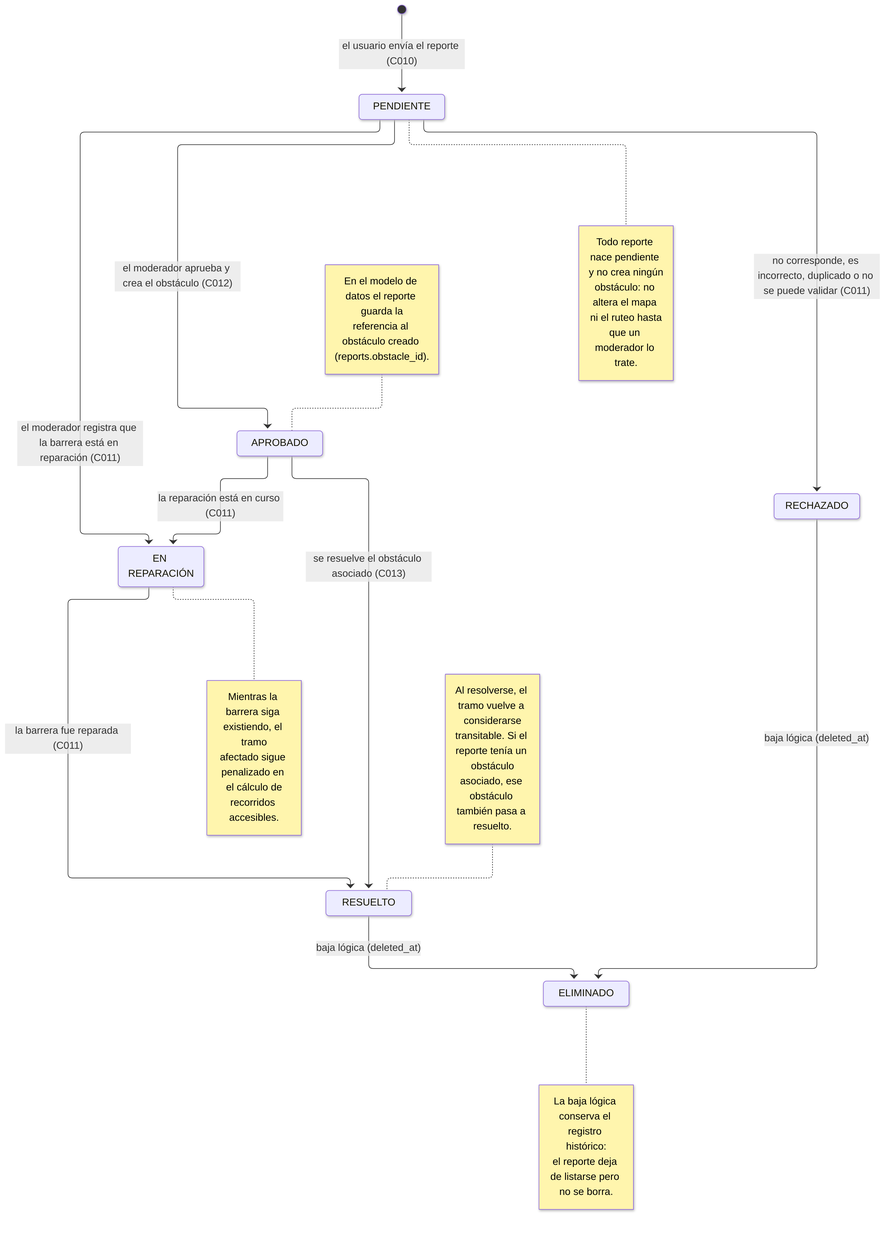
BLP-Technologies/rodando-x-mza keeps this Mermaid diagram as docs/diagrams/imgs/05-est-reporte.png. Above is the earlier version. Its source is kept beside it as docs/diagrams/05-est-reporte.mmd. Its diagram source:
```mermaid
stateDiagram-v2
    accTitle: Ciclo de vida del reporte de obstáculo
    accDescr: Estados del reporte que genera un usuario registrado, desde que lo envía hasta que se resuelve o se rechaza, y su vínculo con el obstáculo que crea el moderador.

    state "PENDIENTE" as PENDIENTE
    state "APROBADO" as APROBADO
    state "EN REPARACIÓN" as EN_REPARACION
    state "RESUELTO" as RESUELTO
    state "RECHAZADO" as RECHAZADO
    state "ELIMINADO" as ELIMINADO

    [*] --> PENDIENTE: el usuario envía el reporte (C010)

    PENDIENTE --> APROBADO: el moderador aprueba y crea el obstáculo (C012)
    PENDIENTE --> EN_REPARACION: el moderador registra que la barrera está en reparación (C011)
    PENDIENTE --> RECHAZADO: no corresponde, es incorrecto, duplicado o no se puede validar (C011)

    APROBADO --> EN_REPARACION: la reparación está en curso (C011)
    APROBADO --> RESUELTO: se resuelve el obstáculo asociado (C013)
    EN_REPARACION --> RESUELTO: la barrera fue reparada (C011)

    RECHAZADO --> ELIMINADO: baja lógica (deleted_at)
    RESUELTO --> ELIMINADO: baja lógica (deleted_at)

    note right of PENDIENTE
        Todo reporte nace pendiente y no crea ningún
        obstáculo: no altera el mapa ni el ruteo hasta
        que un moderador lo trate.
    end note

    note left of APROBADO
        En el modelo de datos el reporte guarda la
        referencia al obstáculo creado (reports.obstacle_id).
    end note

    note right of EN_REPARACION
        Mientras la barrera siga existiendo, el tramo
        afectado sigue penalizado en el cálculo de
        recorridos accesibles.
    end note

    note left of RESUELTO
        Al resolverse, el tramo vuelve a considerarse
        transitable. Si el reporte tenía un obstáculo
        asociado, ese obstáculo también pasa a resuelto.
    end note

    note right of ELIMINADO
        La baja lógica conserva el registro histórico:
        el reporte deja de listarse pero no se borra.
    end note
```
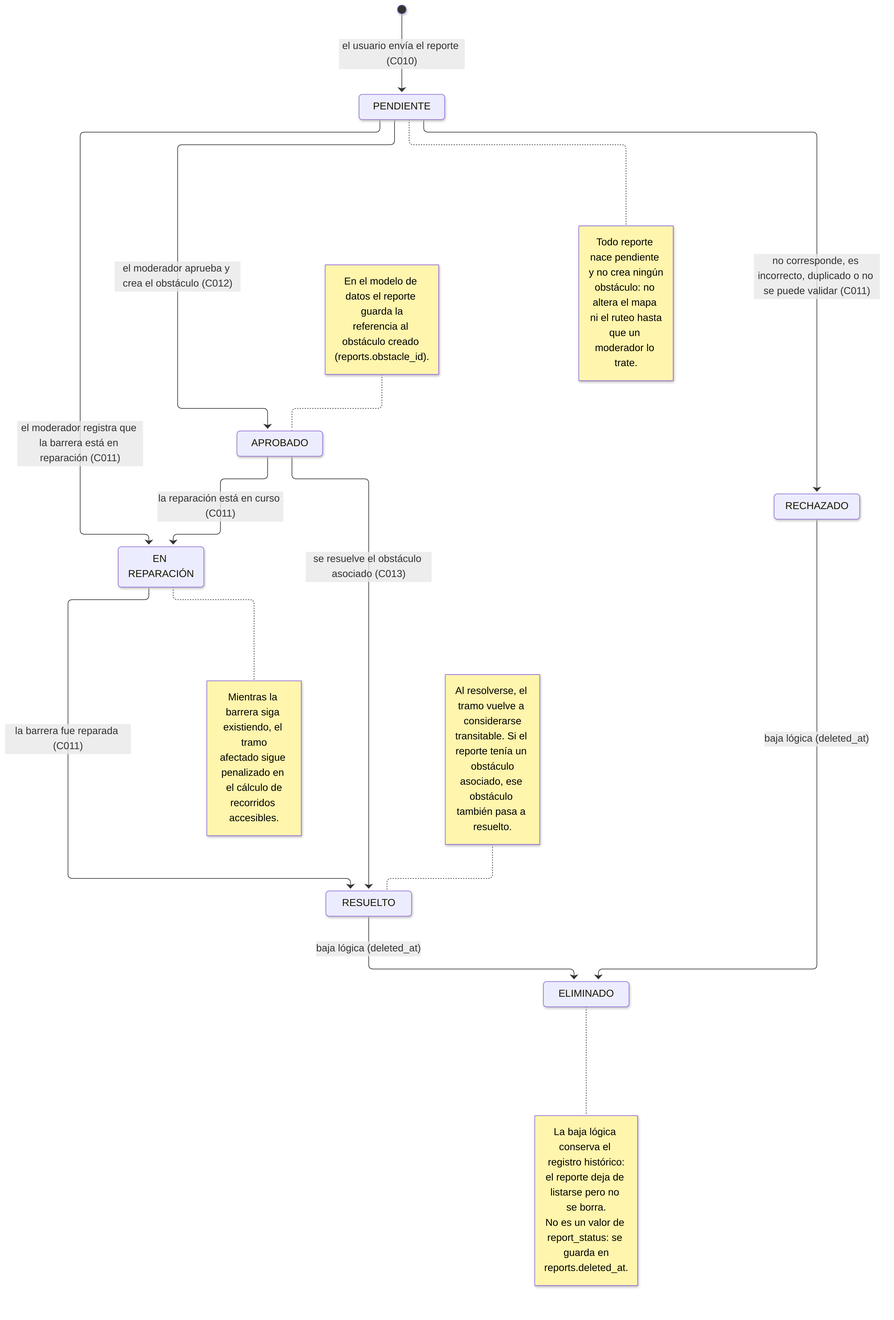
The same file after the commit.

Change to the diagram source:
```diff
@@ -2,50 +2,52 @@
     accTitle: Ciclo de vida del reporte de obstáculo
     accDescr: Estados del reporte que genera un usuario registrado, desde que lo envía hasta que se resuelve o se rechaza, y su vínculo con el obstáculo que crea el moderador.
 
-    state "PENDIENTE" as PENDIENTE
-    state "APROBADO" as APROBADO
-    state "EN REPARACIÓN" as EN_REPARACION
-    state "RESUELTO" as RESUELTO
-    state "RECHAZADO" as RECHAZADO
-    state "ELIMINADO" as ELIMINADO
+    state "PENDIENTE" as PENDING
+    state "APROBADO" as APPROVED
+    state "EN REPARACIÓN" as UNDER_REPAIR
+    state "RESUELTO" as RESOLVED
+    state "RECHAZADO" as REJECTED
+    state "ELIMINADO" as DELETED
 
-    [*] --> PENDIENTE: el usuario envía el reporte (C010)
+    [*] --> PENDING: el usuario envía el reporte (C010)
 
-    PENDIENTE --> APROBADO: el moderador aprueba y crea el obstáculo (C012)
-    PENDIENTE --> EN_REPARACION: el moderador registra que la barrera está en reparación (C011)
-    PENDIENTE --> RECHAZADO: no corresponde, es incorrecto, duplicado o no se puede validar (C011)
+    PENDING --> APPROVED: el moderador aprueba y crea el obstáculo (C012)
+    PENDING --> UNDER_REPAIR: el moderador registra que la barrera está en reparación (C011)
+    PENDING --> REJECTED: no corresponde, es incorrecto, duplicado o no se puede validar (C011)
 
-    APROBADO --> EN_REPARACION: la reparación está en curso (C011)
-    APROBADO --> RESUELTO: se resuelve el obstáculo asociado (C013)
-    EN_REPARACION --> RESUELTO: la barrera fue reparada (C011)
+    APPROVED --> UNDER_REPAIR: la reparación está en curso (C011)
+    APPROVED --> RESOLVED: se resuelve el obstáculo asociado (C013)
+    UNDER_REPAIR --> RESOLVED: la barrera fue reparada (C011)
 
-    RECHAZADO --> ELIMINADO: baja lógica (deleted_at)
-    RESUELTO --> ELIMINADO: baja lógica (deleted_at)
+    REJECTED --> DELETED: baja lógica (deleted_at)
+    RESOLVED --> DELETED: baja lógica (deleted_at)
 
-    note right of PENDIENTE
+    note right of PENDING
         Todo reporte nace pendiente y no crea ningún
         obstáculo: no altera el mapa ni el ruteo hasta
         que un moderador lo trate.
     end note
 
-    note left of APROBADO
+    note left of APPROVED
         En el modelo de datos el reporte guarda la
         referencia al obstáculo creado (reports.obstacle_id).
     end note
 
-    note right of EN_REPARACION
+    note right of UNDER_REPAIR
         Mientras la barrera siga existiendo, el tramo
         afectado sigue penalizado en el cálculo de
         recorridos accesibles.
     end note
 
-    note left of RESUELTO
+    note left of RESOLVED
         Al resolverse, el tramo vuelve a considerarse
         transitable. Si el reporte tenía un obstáculo
         asociado, ese obstáculo también pasa a resuelto.
     end note
 
-    note right of ELIMINADO
+    note right of DELETED
         La baja lógica conserva el registro histórico:
         el reporte deja de listarse pero no se borra.
+        No es un valor de report_status: se guarda en
+        reports.deleted_at.
     end note
```
